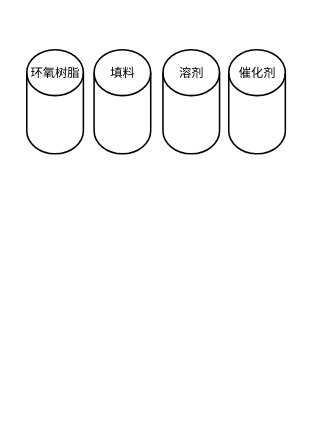
This is 覆铜板.drawio from little-white-dragon1/Diagrams, a draw.io file, before an edit. Source tidied: cells renumbered, new cells numbered last; positions are measured from the earlier drawing's top-left corner, leaving out a move shared by most shapes. Both pictures are drawn from the tidied source at 153%, with x=0, y=0 at pixel (26, 49).
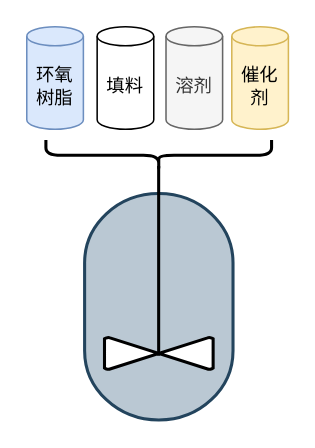
Above is the later version.

Commit message (it also covers changes not shown here):
更新覆铜板.drawio

Change to the diagram source:
```diff
@@
 <mxGraphModel>
   <root>
     <mxCell id="0" />
     <mxCell id="1" parent="0" />
-    <mxCell id="2" style="shape=cylinder3;whiteSpace=wrap;html=1;boundedLbl=1;backgroundOutline=1;size=15;" parent="1" vertex="1">
-      <mxGeometry width="37" height="68" as="geometry" />
+    <mxCell id="2" value="环氧树脂" style="shape=cylinder3;whiteSpace=wrap;html=1;boundedLbl=1;backgroundOutline=1;size=6.2285853794642705;fillColor=#dae8fc;strokeColor=#6c8ebf;" parent="1" vertex="1">
+      <mxGeometry y="-15" width="37" height="67" as="geometry" />
     </mxCell>
-    <mxCell id="3" value="&lt;font style=&quot;font-size: 8px;&quot;&gt;环氧树脂&lt;/font&gt;" style="text;html=1;align=center;verticalAlign=middle;whiteSpace=wrap;rounded=0;" parent="1" vertex="1">
-      <mxGeometry x="2" y="5" width="34" height="18" as="geometry" />
-    </mxCell>
-    <mxCell id="4" style="shape=cylinder3;whiteSpace=wrap;html=1;boundedLbl=1;backgroundOutline=1;size=15;" parent="1" vertex="1">
-      <mxGeometry x="44" width="37" height="68" as="geometry" />
-    </mxCell>
-    <mxCell id="5" value="&lt;span style=&quot;font-size: 8px;&quot;&gt;填料&lt;/span&gt;" style="text;html=1;align=center;verticalAlign=middle;whiteSpace=wrap;rounded=0;" parent="1" vertex="1">
-      <mxGeometry x="46" y="5" width="34" height="18" as="geometry" />
+    <mxCell id="5" value="填料" style="shape=cylinder3;whiteSpace=wrap;html=1;boundedLbl=1;backgroundOutline=1;size=6.2285853794642705;" parent="1" vertex="1">
+      <mxGeometry x="46" y="-15" width="37" height="67" as="geometry" />
     </mxCell>
-    <mxCell id="6" style="shape=cylinder3;whiteSpace=wrap;html=1;boundedLbl=1;backgroundOutline=1;size=15;" parent="1" vertex="1">
-      <mxGeometry x="89" width="37" height="68" as="geometry" />
-    </mxCell>
-    <mxCell id="7" value="&lt;span style=&quot;font-size: 8px;&quot;&gt;溶剂&lt;/span&gt;" style="text;html=1;align=center;verticalAlign=middle;whiteSpace=wrap;rounded=0;" parent="1" vertex="1">
-      <mxGeometry x="91" y="5" width="34" height="18" as="geometry" />
+    <mxCell id="7" value="溶剂" style="shape=cylinder3;whiteSpace=wrap;html=1;boundedLbl=1;backgroundOutline=1;size=6.2285853794642705;fillColor=#f5f5f5;strokeColor=#666666;fontColor=#333333;" parent="1" vertex="1">
+      <mxGeometry x="91" y="-15" width="37" height="67" as="geometry" />
     </mxCell>
-    <mxCell id="8" style="shape=cylinder3;whiteSpace=wrap;html=1;boundedLbl=1;backgroundOutline=1;size=15;" parent="1" vertex="1">
-      <mxGeometry x="132" width="37" height="68" as="geometry" />
-    </mxCell>
-    <mxCell id="9" value="&lt;span style=&quot;font-size: 8px;&quot;&gt;催化剂&lt;/span&gt;" style="text;html=1;align=center;verticalAlign=middle;whiteSpace=wrap;rounded=0;" parent="1" vertex="1">
-      <mxGeometry x="133.5" y="5" width="34" height="18" as="geometry" />
+    <mxCell id="9" value="催化剂" style="shape=cylinder3;whiteSpace=wrap;html=1;boundedLbl=1;backgroundOutline=1;size=6.2285853794642705;fillColor=#fff2cc;strokeColor=#d6b656;" parent="1" vertex="1">
+      <mxGeometry x="134" y="-15" width="37" height="67" as="geometry" />
     </mxCell>
+    <mxCell id="10" style="strokeWidth=2;html=1;shape=mxgraph.flowchart.terminator;whiteSpace=wrap;direction=south;fillColor=#bac8d3;strokeColor=#23445d;" parent="1" vertex="1">
+      <mxGeometry x="37.8" y="94" width="97" height="148" as="geometry" />
+    </mxCell>
+    <mxCell id="11" style="line;strokeWidth=2;direction=south;html=1;" parent="1" vertex="1">
+      <mxGeometry x="81.2" y="76" width="10" height="124" as="geometry" />
+    </mxCell>
+    <mxCell id="12" style="verticalLabelPosition=bottom;verticalAlign=top;html=1;shape=mxgraph.flowchart.collate;direction=south;strokeWidth=2;" parent="1" vertex="1">
+      <mxGeometry x="50.8" y="188" width="71" height="21" as="geometry" />
+    </mxCell>
+    <mxCell id="13" style="shape=curlyBracket;whiteSpace=wrap;html=1;rounded=1;labelPosition=left;verticalLabelPosition=middle;align=right;verticalAlign=middle;direction=north;strokeWidth=2;" parent="1" vertex="1">
+      <mxGeometry x="12.5" y="59" width="147.5" height="20" as="geometry" />
+    </mxCell>
   </root>
 </mxGraphModel>
```
